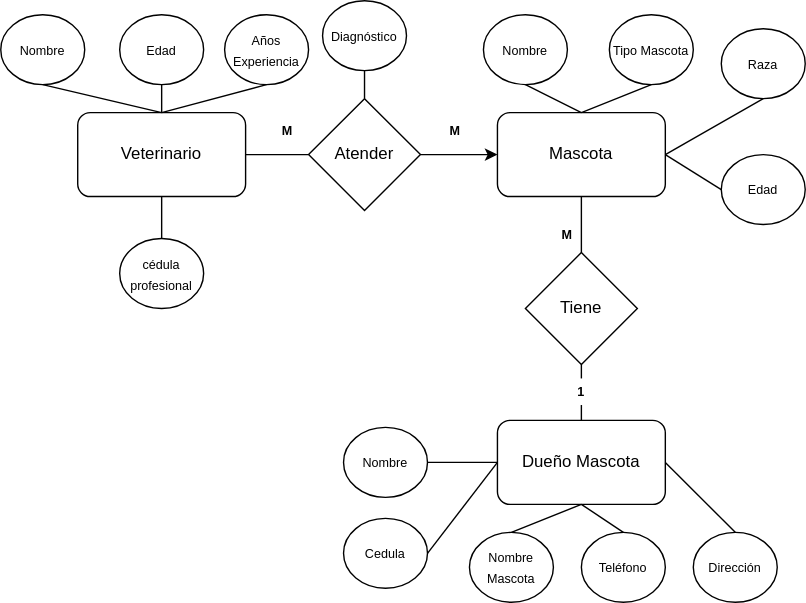
The draw.io diagram Diagrama_Relacional.drawio.svg in joromsar/backend-b6, before a commit. Source tidied: cells renumbered, new cells last; positions are measured from the earlier drawing's top-left corner, leaving out a move shared by most shapes.
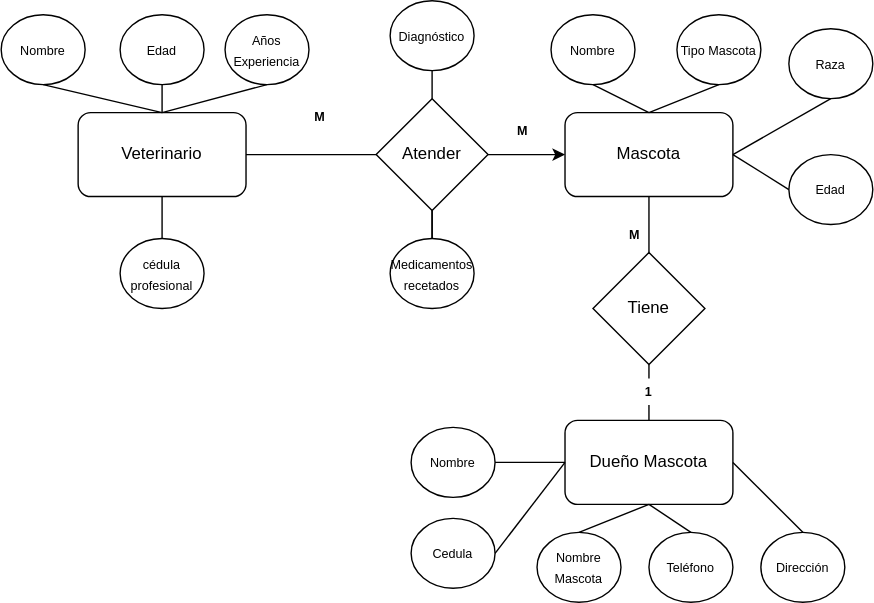
Later version of the same file.

Commit message:
Diagrama Entidad Relacion y Diagrama Relacional

Diff of the diagram source:
```diff
@@ -6,11 +6,16 @@
       <mxGeometry x="355" y="80" width="120" height="60" as="geometry" />
     </mxCell>
     <mxCell id="3" value="Veterinario" style="rounded=1;whiteSpace=wrap;html=1;" parent="1" vertex="1">
-      <mxGeometry x="55" y="80" width="120" height="60" as="geometry" />
+      <mxGeometry x="7" y="80" width="120" height="60" as="geometry" />
     </mxCell>
     <mxCell id="4" style="edgeStyle=orthogonalEdgeStyle;rounded=0;jettySize=auto;html=1;exitX=1;exitY=0.5;exitDx=0;exitDy=0;" parent="1" edge="1" source="5" target="2">
       <mxGeometry relative="1" as="geometry" />
     </mxCell>
+    <mxCell id="44" style="edgeStyle=orthogonalEdgeStyle;rounded=0;jettySize=auto;html=1;fontSize=9;" parent="1" edge="1" source="5">
+      <mxGeometry relative="1" as="geometry">
+        <mxPoint x="260" y="150" as="targetPoint" />
+      </mxGeometry>
+    </mxCell>
     <mxCell id="5" value="Atender" style="rhombus;whiteSpace=wrap;html=1;" parent="1" vertex="1">
       <mxGeometry x="220" y="70" width="80" height="80" as="geometry" />
     </mxCell>
@@ -18,16 +23,16 @@
       <mxGeometry relative="1" as="geometry" />
     </mxCell>
     <mxCell id="7" value="&lt;font style=&quot;font-size: 9px;&quot;&gt;cédula profesional&lt;/font&gt;" style="ellipse;whiteSpace=wrap;html=1;" parent="1" vertex="1">
-      <mxGeometry x="85" y="170" width="60" height="50" as="geometry" />
+      <mxGeometry x="37" y="170" width="60" height="50" as="geometry" />
     </mxCell>
     <mxCell id="8" value="&lt;font style=&quot;font-size: 9px;&quot;&gt;Nombre&lt;/font&gt;" style="ellipse;whiteSpace=wrap;html=1;" parent="1" vertex="1">
-      <mxGeometry y="10" width="60" height="50" as="geometry" />
+      <mxGeometry x="-48" y="10" width="60" height="50" as="geometry" />
     </mxCell>
     <mxCell id="9" value="&lt;font style=&quot;font-size: 9px;&quot;&gt;Edad&lt;/font&gt;" style="ellipse;whiteSpace=wrap;html=1;" parent="1" vertex="1">
-      <mxGeometry x="85" y="10" width="60" height="50" as="geometry" />
+      <mxGeometry x="37" y="10" width="60" height="50" as="geometry" />
     </mxCell>
     <mxCell id="10" value="&lt;font style=&quot;font-size: 9px;&quot;&gt;Años Experiencia&lt;/font&gt;" style="ellipse;whiteSpace=wrap;html=1;" parent="1" vertex="1">
-      <mxGeometry x="160" y="10" width="60" height="50" as="geometry" />
+      <mxGeometry x="112" y="10" width="60" height="50" as="geometry" />
     </mxCell>
     <mxCell id="11" style="endArrow=none;html=1;rounded=0;fontSize=9;entryX=0.5;entryY=1;entryDx=0;entryDy=0;exitX=0.5;exitY=0;exitDx=0;exitDy=0;" parent="1" edge="1" source="3" target="9">
       <mxGeometry relative="1" as="geometry" />
@@ -66,7 +71,7 @@
       <mxGeometry relative="1" as="geometry" />
     </mxCell>
     <mxCell id="23" value="M" style="text;align=center;fontStyle=1;verticalAlign=middle;spacingLeft=3;spacingRight=3;strokeColor=none;fontSize=9;" parent="1" vertex="1">
-      <mxGeometry x="165" y="80" width="80" height="26" as="geometry" />
+      <mxGeometry x="140" y="70" width="80" height="26" as="geometry" />
     </mxCell>
     <mxCell id="24" value="M" style="text;align=center;fontStyle=1;verticalAlign=middle;spacingLeft=3;spacingRight=3;strokeColor=none;fontSize=9;" parent="1" vertex="1">
       <mxGeometry x="285" y="80" width="80" height="26" as="geometry" />
@@ -128,5 +133,11 @@
     <mxCell id="43" style="endArrow=none;html=1;rounded=0;fontSize=9;entryX=0.5;entryY=1;entryDx=0;entryDy=0;exitX=0.5;exitY=0;exitDx=0;exitDy=0;" parent="1" edge="1" source="5" target="42">
       <mxGeometry relative="1" as="geometry" />
     </mxCell>
+    <mxCell id="45" value="&lt;font style=&quot;font-size: 9px;&quot;&gt;Medicamentos recetados&lt;/font&gt;" style="ellipse;whiteSpace=wrap;html=1;" parent="1" vertex="1">
+      <mxGeometry x="230" y="170" width="60" height="50" as="geometry" />
+    </mxCell>
+    <mxCell id="46" style="endArrow=none;html=1;rounded=0;fontSize=9;entryX=0.5;entryY=1;entryDx=0;entryDy=0;exitX=0.5;exitY=0;exitDx=0;exitDy=0;" parent="1" edge="1" source="45" target="5">
+      <mxGeometry relative="1" as="geometry" />
+    </mxCell>
   </root>
 </mxGraphModel>
```
